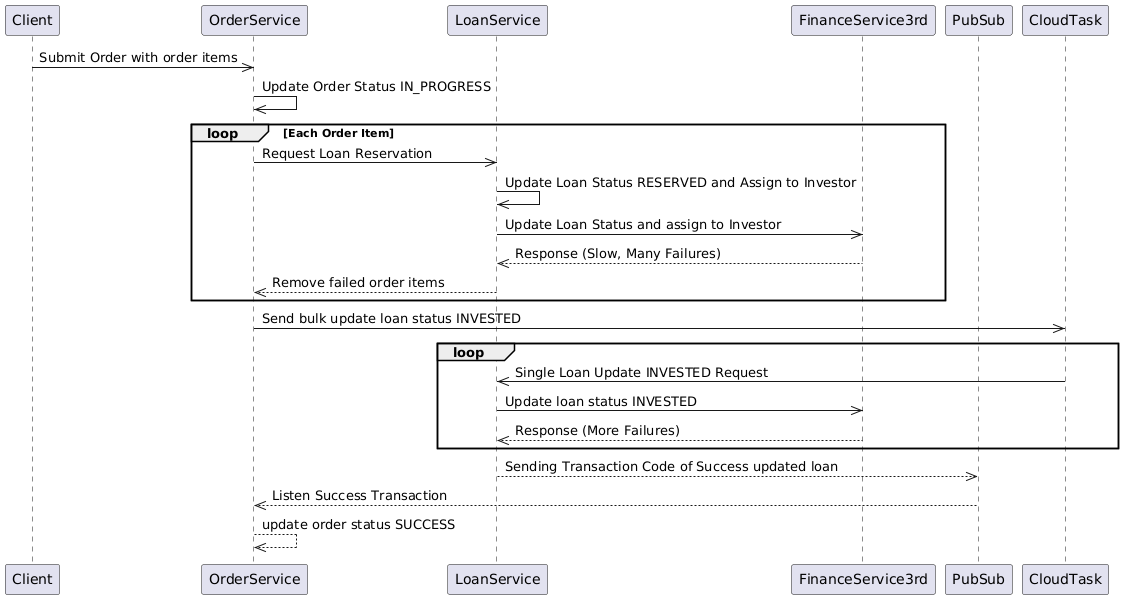
Earlier version of the PlantUML export new-existing-system.png (goesbams/order-system-design-problem).
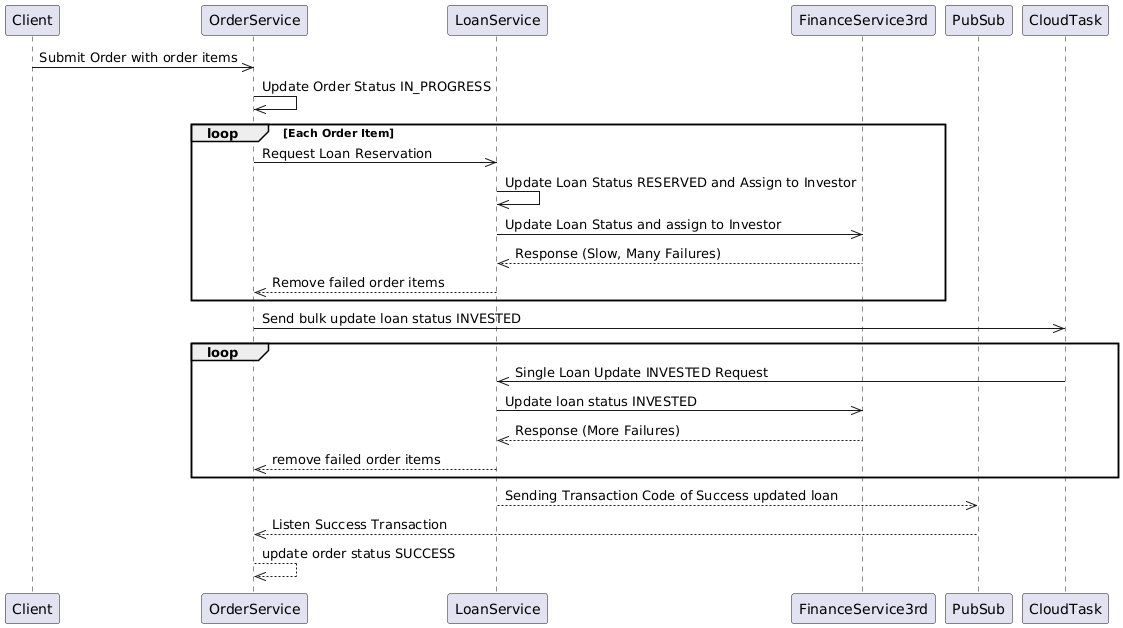
The same diagram one commit later.

Commit message:
docs: reorganize all documentation

Diff of the diagram source:
```diff
@@ -21,9 +21,10 @@
     CloudTask->>LoanService: Single Loan Update INVESTED Request
     LoanService->>FinanceService3rd: Update loan status INVESTED
     FinanceService3rd-->>LoanService: Response (More Failures)
+    LoanService-->>OrderService: remove failed order items
   end
 
   LoanService-->>PubSub: Sending Transaction Code of Success updated loan
   PubSub-->>OrderService: Listen Success Transaction
   OrderService-->>OrderService:  update order status SUCCESS
-@endum
+@enduml
```
